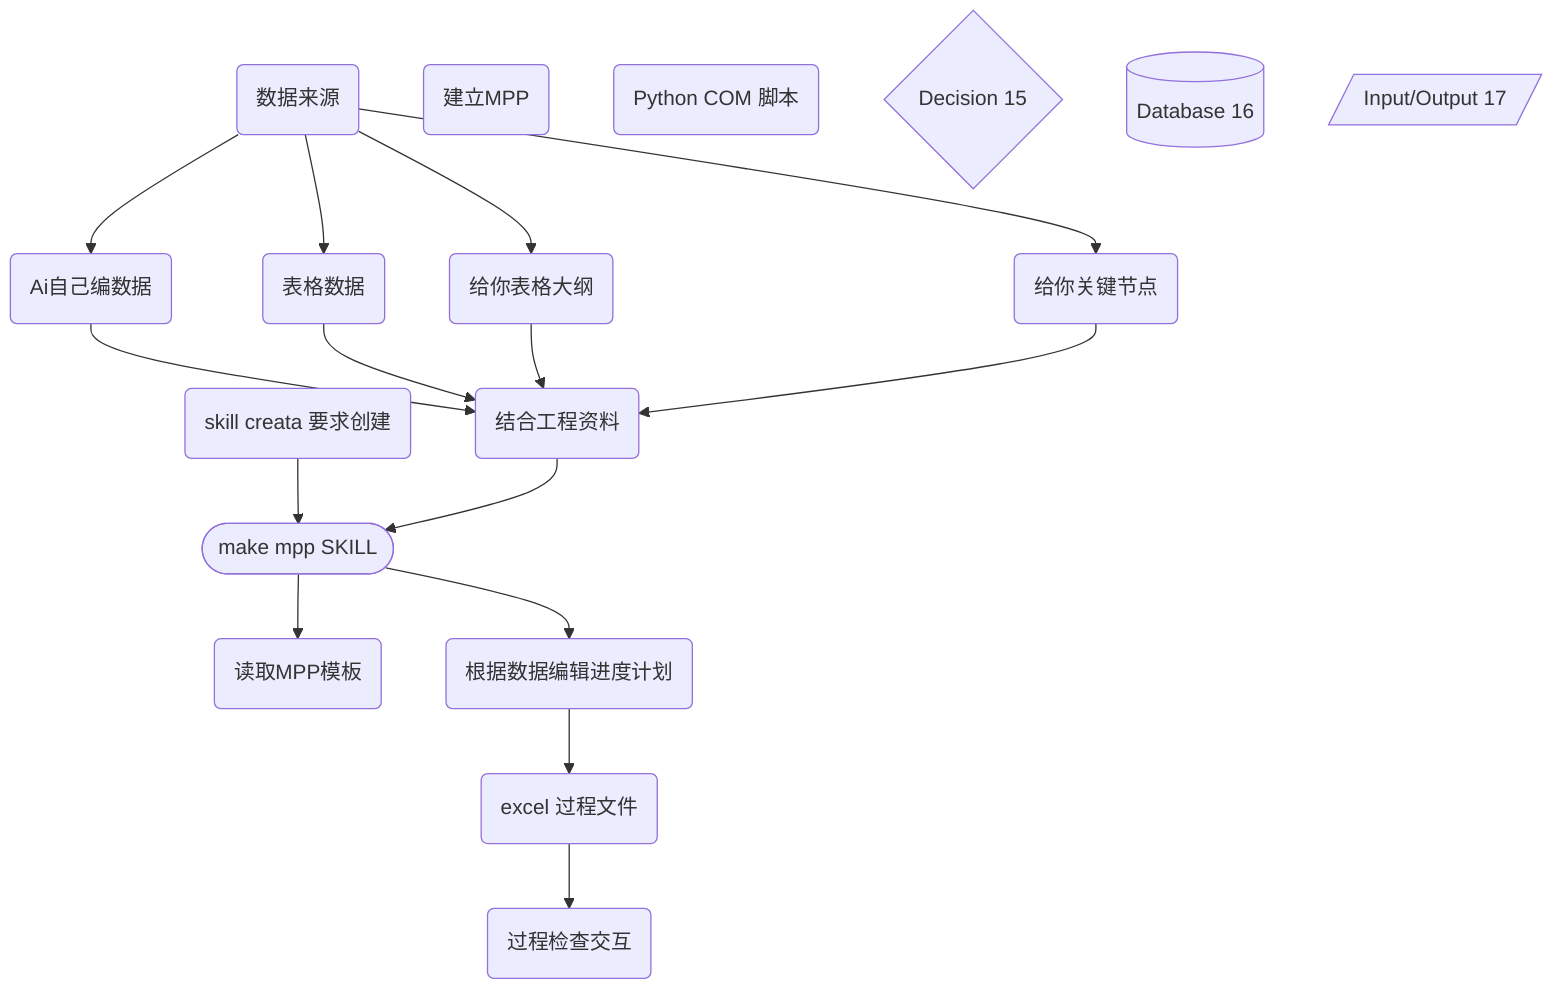
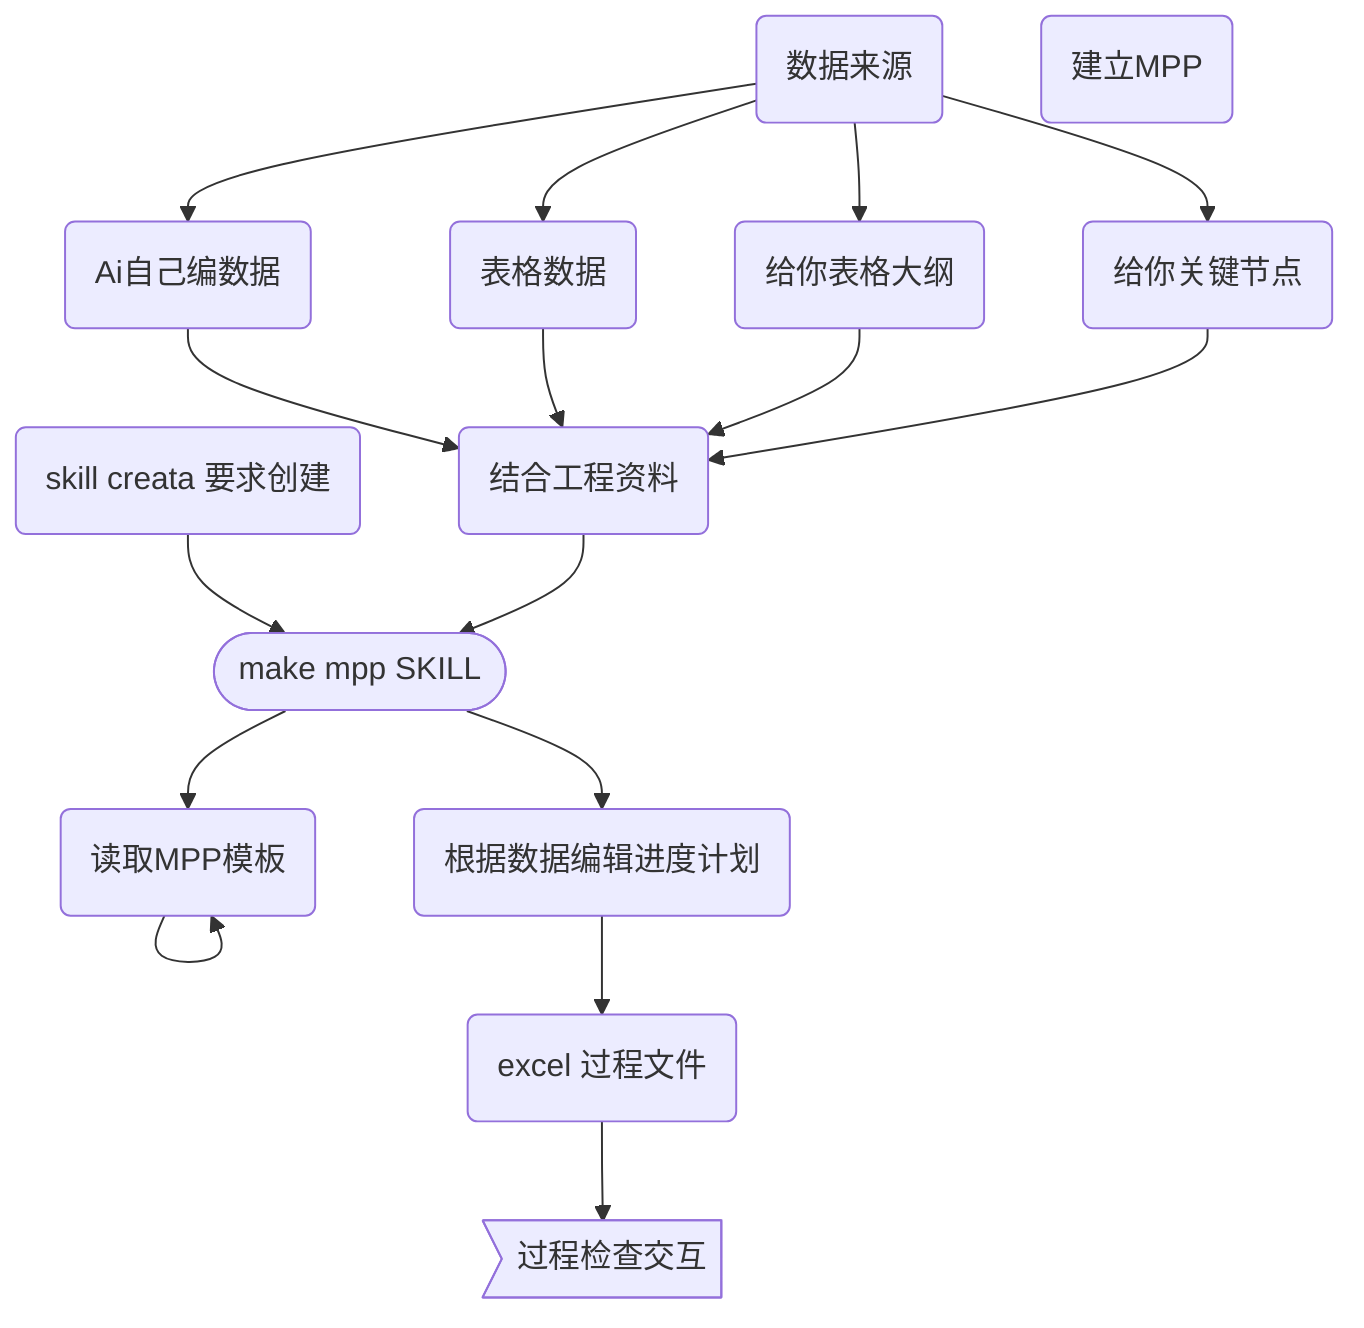
flowchart TD
  n_0(["make mpp SKILL"])
  n_1("数据来源")
  n_2("skill  creata 要求创建")
  n_3("Ai自己编数据")
  n_4("表格数据")
  n_5("建立MPP")
  n_6("读取MPP模板")
-   n_7("Python COM 脚本")
-   n_8("给你表格大纲")
-   n_9("给你关键节点")
-   n_10("结合工程资料")
-   n_11("excel 过程文件")
-   n_12("根据数据编辑进度计划")
-   n_13("过程检查交互")
-   n_14{"Decision 15"}
-   n_15[("Database 16")]
-   n_16[/"Input/Output 17"/]
+   n_7("给你表格大纲")
+   n_8("给你关键节点")
+   n_9("结合工程资料")
+   n_10("excel 过程文件")
+   n_11("根据数据编辑进度计划")
+   n_12>"过程检查交互"]
  n_2 --> n_0
  n_0 --> n_6
  n_1 --> n_3
  n_1 --> n_4
+   n_1 --> n_7
  n_1 --> n_8
-   n_1 --> n_9
-   n_3 --> n_10
-   n_4 --> n_10
-   n_8 --> n_10
-   n_9 --> n_10
-   n_10 --> n_0
-   n_0 --> n_12
-   n_12 --> n_11
-   n_11 --> n_13
+   n_3 --> n_9
+   n_4 --> n_9
+   n_7 --> n_9
+   n_8 --> n_9
+   n_9 --> n_0
+   n_0 --> n_11
+   n_11 --> n_10
+   n_10 --> n_12
+   n_6 --> n_6
